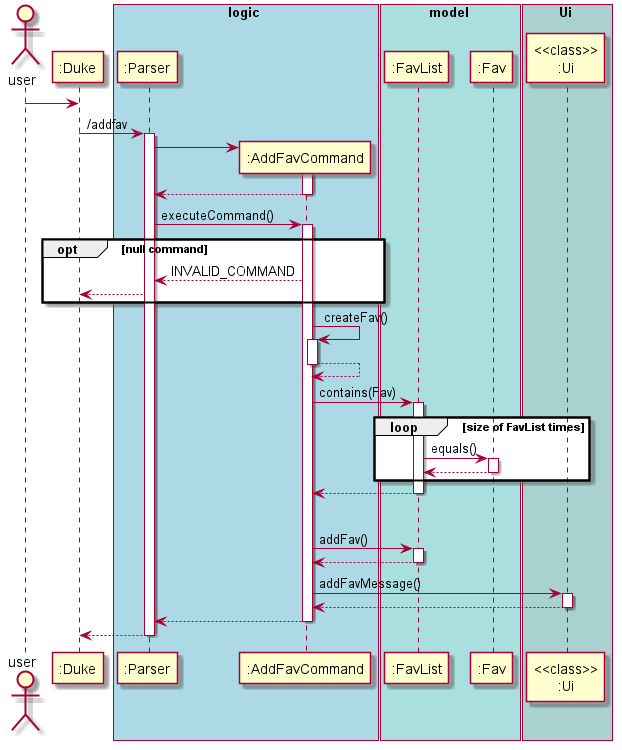
nus-cs2113-AY2021S1/tp keeps this PlantUML diagram as docs/DG_Diagrams/AddFavSequence.png. Above is the earlier version. The source it was exported from:
```plantuml
@startuml
actor user
participant ":Duke"
box logic #LightBlue
participant ":Parser"
participant ":AddFavCommand"
end box
box model #A9DFDF
participant ":FavList"
participant ":Fav"
end box
box Ui #A9D1D0
participant "<<class>>\n:Ui"
end box

user ->":Duke"
":Duke" -> ":Parser" : /addfav
activate ":Parser"
create ":AddFavCommand"
":Parser" -> ":AddFavCommand"
activate ":AddFavCommand"
":AddFavCommand" --> ":Parser"
deactivate ":AddFavCommand"
":Parser" -> ":AddFavCommand" : executeCommand()
activate ":AddFavCommand"
opt null command
    ":AddFavCommand" --> ":Parser" : INVALID_COMMAND
    ":Parser" --> ":Duke"
end
":AddFavCommand" -> ":AddFavCommand" : createFav()
activate ":AddFavCommand"


":AddFavCommand" --> ":AddFavCommand"
deactivate ":AddFavCommand"
":AddFavCommand" -> ":FavList" : contains(Fav)
activate ":FavList"

loop size of FavList times
    ":FavList" -> ":Fav" : equals()
     activate ":Fav"
    ":Fav" --> ":FavList"
    deactivate ":Fav"
end

":FavList" --> ":AddFavCommand"
deactivate ":FavList"
opt no duplicate Fav
    ":AddFavCommand" -> ":FavList" : addFav()
    activate ":FavList"
    ":FavList" --> ":AddFavCommand"
    deactivate ":FavList"
    ":AddFavCommand" -> "<<class>>\n:Ui" : addFavMessage()
    activate "<<class>>\n:Ui"
    "<<class>>\n:Ui" --> ":AddFavCommand"
    deactivate "<<class>>\n:Ui"
    ":AddFavCommand" --> ":Parser"
    deactivate ":AddFavCommand"
    ":Parser" --> ":Duke"
    deactivate ":Parser"


@enduml
```
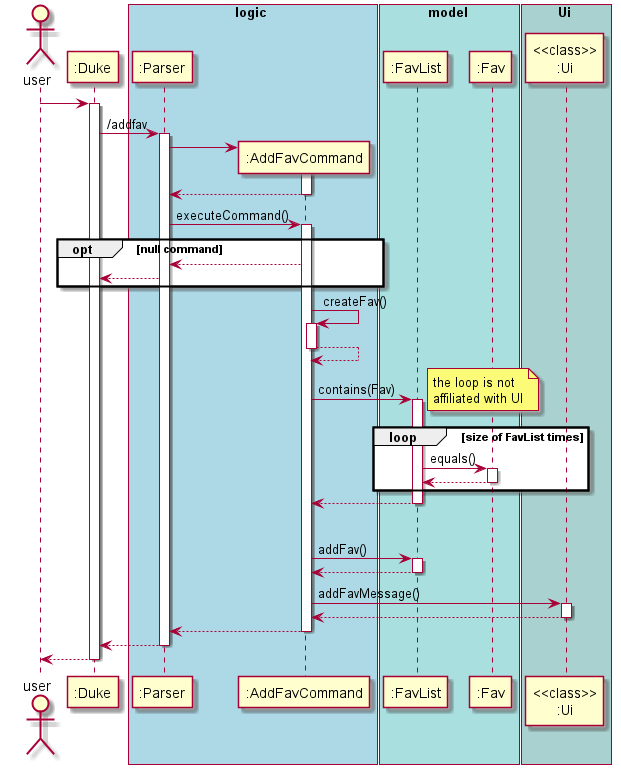
The same file after the commit.

Commit message:
Update addFavSequence diagram

The edit, as a diff of the source:
```diff
@@ -14,6 +14,7 @@
 end box
 
 user ->":Duke"
+activate ":Duke"
 ":Duke" -> ":Parser" : /addfav
 activate ":Parser"
 create ":AddFavCommand"
@@ -24,7 +25,7 @@
 ":Parser" -> ":AddFavCommand" : executeCommand()
 activate ":AddFavCommand"
 opt null command
-    ":AddFavCommand" --> ":Parser" : INVALID_COMMAND
+    ":AddFavCommand" --> ":Parser"
     ":Parser" --> ":Duke"
 end
 ":AddFavCommand" -> ":AddFavCommand" : createFav()
@@ -35,7 +36,10 @@
 deactivate ":AddFavCommand"
 ":AddFavCommand" -> ":FavList" : contains(Fav)
 activate ":FavList"
-
+note right
+the loop is not
+affiliated with UI
+end note
 loop size of FavList times
     ":FavList" -> ":Fav" : equals()
      activate ":Fav"
@@ -58,6 +62,7 @@
     deactivate ":AddFavCommand"
     ":Parser" --> ":Duke"
     deactivate ":Parser"
-
+    ":Duke" --> user
+    deactivate ":Duke"
 
 @enduml
```
